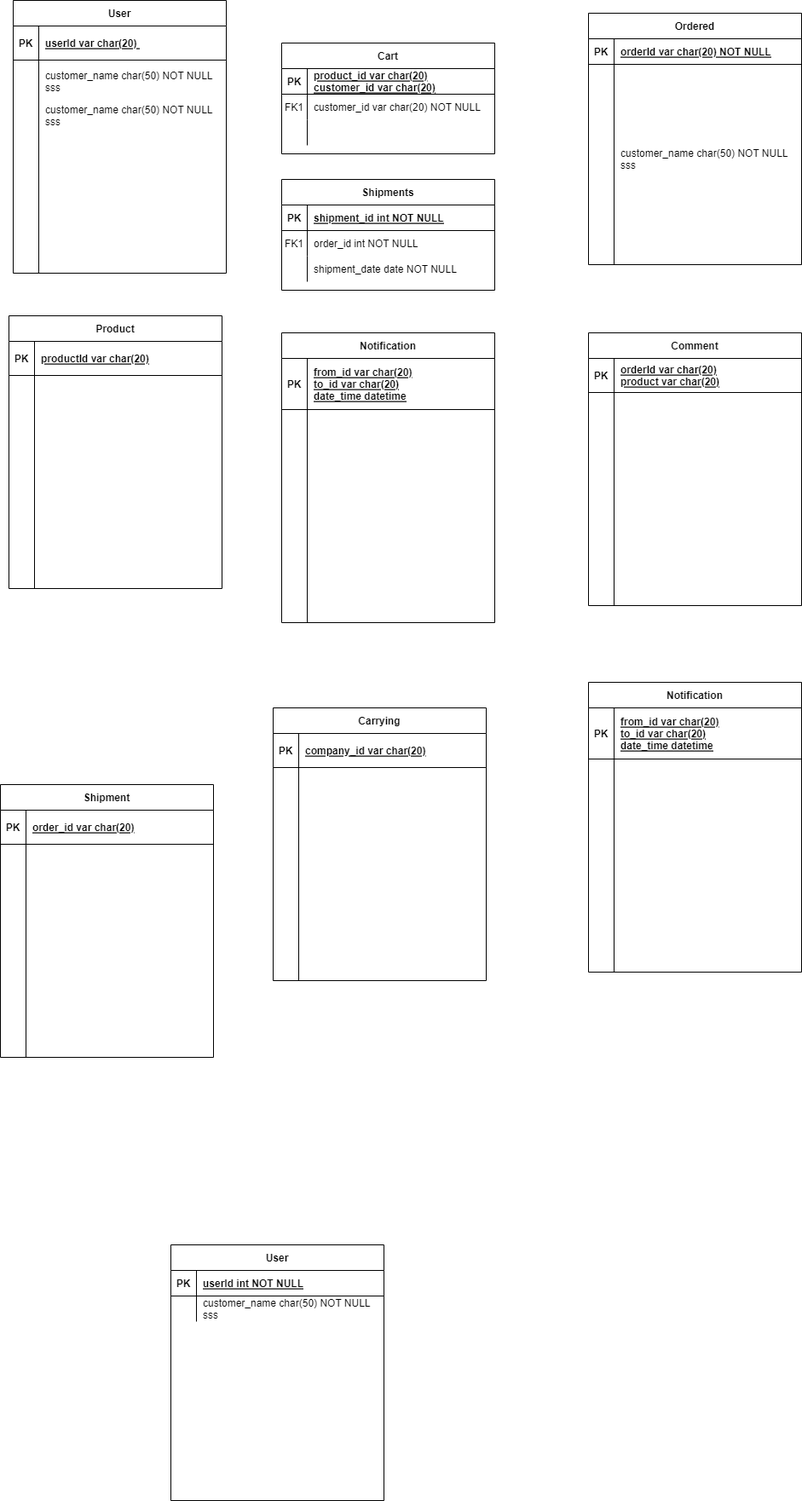
This is ER-model.drawio.png from ndphong812/intro2software-project, a draw.io export, as it was before one commit. Source tidied: cells renumbered, new cells last; positions are measured from the earlier drawing's top-left corner, leaving out a move shared by most shapes.
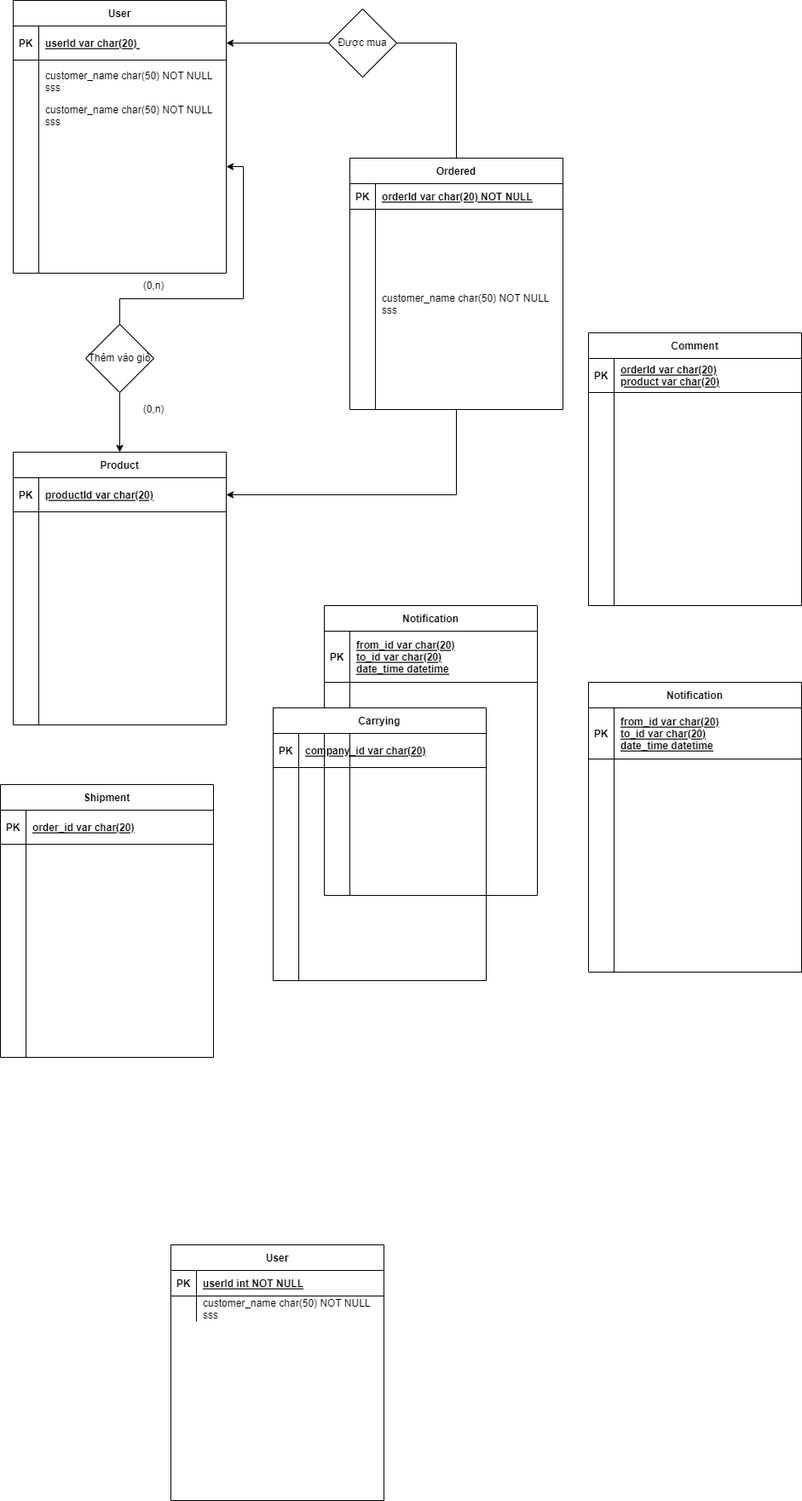
After the change.

Diff of the diagram source:
```diff
@@ -2,66 +2,6 @@
   <root>
     <mxCell id="0" />
     <mxCell id="1" parent="0" />
-    <mxCell id="2" value="Cart" style="shape=table;startSize=30;rowLines=0;fontStyle=1;align=center;" parent="1" vertex="1">
-      <mxGeometry x="330" y="50" width="250" height="130" as="geometry" />
-    </mxCell>
-    <mxCell id="3" style="shape=partialRectangle;fillColor=none;top=0;left=0;right=0;bottom=1;" parent="2" vertex="1">
-      <mxGeometry y="30" width="250" height="30" as="geometry" />
-    </mxCell>
-    <mxCell id="4" value="PK" style="shape=partialRectangle;overflow=hidden;fillColor=none;top=0;left=0;bottom=0;right=0;fontStyle=1;" parent="3" vertex="1">
-      <mxGeometry width="30" height="30" as="geometry" />
-    </mxCell>
-    <mxCell id="5" value="product_id var char(20)&#10;customer_id var char(20)" style="shape=partialRectangle;overflow=hidden;fillColor=none;top=0;left=0;bottom=0;right=0;align=left;spacingLeft=6;fontStyle=5;" parent="3" vertex="1">
-      <mxGeometry x="30" width="220" height="30" as="geometry" />
-    </mxCell>
-    <mxCell id="6" style="shape=partialRectangle;fillColor=none;top=0;left=0;right=0;bottom=0;" parent="2" vertex="1">
-      <mxGeometry y="60" width="250" height="30" as="geometry" />
-    </mxCell>
-    <mxCell id="7" value="FK1" style="shape=partialRectangle;overflow=hidden;fillColor=none;top=0;left=0;bottom=0;right=0;" parent="6" vertex="1">
-      <mxGeometry width="30" height="30" as="geometry" />
-    </mxCell>
-    <mxCell id="8" value="customer_id var char(20) NOT NULL" style="shape=partialRectangle;overflow=hidden;fillColor=none;top=0;left=0;bottom=0;right=0;align=left;spacingLeft=6;" parent="6" vertex="1">
-      <mxGeometry x="30" width="220" height="30" as="geometry" />
-    </mxCell>
-    <mxCell id="9" style="shape=partialRectangle;fillColor=none;top=0;left=0;right=0;bottom=0;" parent="2" vertex="1">
-      <mxGeometry y="90" width="250" height="30" as="geometry" />
-    </mxCell>
-    <mxCell id="10" style="shape=partialRectangle;overflow=hidden;fillColor=none;top=0;left=0;bottom=0;right=0;" parent="9" vertex="1">
-      <mxGeometry width="30" height="30" as="geometry" />
-    </mxCell>
-    <mxCell id="11" style="shape=partialRectangle;overflow=hidden;fillColor=none;top=0;left=0;bottom=0;right=0;align=left;spacingLeft=6;" parent="9" vertex="1">
-      <mxGeometry x="30" width="220" height="30" as="geometry" />
-    </mxCell>
-    <mxCell id="12" value="Shipments" style="shape=table;startSize=30;rowLines=0;fontStyle=1;align=center;" parent="1" vertex="1">
-      <mxGeometry x="330" y="210" width="250" height="130" as="geometry" />
-    </mxCell>
-    <mxCell id="13" style="shape=partialRectangle;fillColor=none;top=0;left=0;right=0;bottom=1;" parent="12" vertex="1">
-      <mxGeometry y="30" width="250" height="30" as="geometry" />
-    </mxCell>
-    <mxCell id="14" value="PK" style="shape=partialRectangle;overflow=hidden;fillColor=none;top=0;left=0;bottom=0;right=0;fontStyle=1;" parent="13" vertex="1">
-      <mxGeometry width="30" height="30" as="geometry" />
-    </mxCell>
-    <mxCell id="15" value="shipment_id int NOT NULL " style="shape=partialRectangle;overflow=hidden;fillColor=none;top=0;left=0;bottom=0;right=0;align=left;spacingLeft=6;fontStyle=5;" parent="13" vertex="1">
-      <mxGeometry x="30" width="220" height="30" as="geometry" />
-    </mxCell>
-    <mxCell id="16" style="shape=partialRectangle;fillColor=none;top=0;left=0;right=0;bottom=0;" parent="12" vertex="1">
-      <mxGeometry y="60" width="250" height="30" as="geometry" />
-    </mxCell>
-    <mxCell id="17" value="FK1" style="shape=partialRectangle;overflow=hidden;fillColor=none;top=0;left=0;bottom=0;right=0;" parent="16" vertex="1">
-      <mxGeometry width="30" height="30" as="geometry" />
-    </mxCell>
-    <mxCell id="18" value="order_id int NOT NULL" style="shape=partialRectangle;overflow=hidden;fillColor=none;top=0;left=0;bottom=0;right=0;align=left;spacingLeft=6;" parent="16" vertex="1">
-      <mxGeometry x="30" width="220" height="30" as="geometry" />
-    </mxCell>
-    <mxCell id="19" style="shape=partialRectangle;fillColor=none;top=0;left=0;right=0;bottom=0;" parent="12" vertex="1">
-      <mxGeometry y="90" width="250" height="30" as="geometry" />
-    </mxCell>
-    <mxCell id="20" style="shape=partialRectangle;overflow=hidden;fillColor=none;top=0;left=0;bottom=0;right=0;" parent="19" vertex="1">
-      <mxGeometry width="30" height="30" as="geometry" />
-    </mxCell>
-    <mxCell id="21" value="shipment_date date NOT NULL" style="shape=partialRectangle;overflow=hidden;fillColor=none;top=0;left=0;bottom=0;right=0;align=left;spacingLeft=6;" parent="19" vertex="1">
-      <mxGeometry x="30" width="220" height="30" as="geometry" />
-    </mxCell>
     <mxCell id="22" value="User" style="shape=table;startSize=30;rowLines=0;fontStyle=1;align=center;" parent="1" vertex="1">
       <mxGeometry x="15" width="250" height="320" as="geometry" />
     </mxCell>
@@ -107,8 +47,14 @@
     <mxCell id="36" value="customer_name char(50) NOT NULL&#10;sss&#10;" style="shape=partialRectangle;overflow=hidden;fillColor=none;top=0;left=0;bottom=0;right=0;align=left;spacingLeft=6;" parent="34" vertex="1">
       <mxGeometry x="30" width="220" height="30" as="geometry" />
     </mxCell>
+    <mxCell id="87" style="edgeStyle=orthogonalEdgeStyle;rounded=0;jettySize=auto;html=1;" parent="1" edge="1" source="37" target="46">
+      <mxGeometry relative="1" as="geometry" />
+    </mxCell>
+    <mxCell id="88" style="edgeStyle=orthogonalEdgeStyle;rounded=0;jettySize=auto;html=1;entryX=1;entryY=0.5;entryDx=0;entryDy=0;" parent="1" edge="1" source="37" target="23">
+      <mxGeometry relative="1" as="geometry" />
+    </mxCell>
     <mxCell id="37" value="Ordered" style="shape=table;startSize=30;rowLines=0;fontStyle=1;align=center;" parent="1" vertex="1">
-      <mxGeometry x="690" y="15" width="250" height="295" as="geometry" />
+      <mxGeometry x="410" y="185" width="250" height="295" as="geometry" />
     </mxCell>
     <mxCell id="38" style="shape=partialRectangle;fillColor=none;top=0;left=0;right=0;bottom=1;" parent="37" vertex="1">
       <mxGeometry y="30" width="250" height="30" as="geometry" />
@@ -132,7 +78,7 @@
       <mxGeometry x="45" y="120" width="220" height="30" as="geometry" />
     </mxCell>
     <mxCell id="45" value="Product" style="shape=table;startSize=30;rowLines=0;fontStyle=1;align=center;" parent="1" vertex="1">
-      <mxGeometry x="10" y="370" width="250" height="320" as="geometry" />
+      <mxGeometry x="15" y="530" width="250" height="320" as="geometry" />
     </mxCell>
     <mxCell id="46" style="shape=partialRectangle;fillColor=none;points=[[0,0.5],[1,0.5]];portConstraint=eastwest;top=0;left=0;right=0;bottom=1;" parent="45" vertex="1">
       <mxGeometry y="30" width="250" height="40" as="geometry" />
@@ -153,7 +99,7 @@
       <mxGeometry x="30" width="220" height="250" as="geometry" />
     </mxCell>
     <mxCell id="52" value="Notification" style="shape=table;startSize=30;rowLines=0;fontStyle=1;align=center;" parent="1" vertex="1">
-      <mxGeometry x="330" y="390" width="250" height="340" as="geometry" />
+      <mxGeometry x="380" y="710" width="250" height="340" as="geometry" />
     </mxCell>
     <mxCell id="53" style="shape=partialRectangle;fillColor=none;top=0;left=0;right=0;bottom=1;" parent="52" vertex="1">
       <mxGeometry y="30" width="250" height="60" as="geometry" />
@@ -257,5 +203,23 @@
     <mxCell id="86" style="shape=partialRectangle;overflow=hidden;fillColor=none;top=0;left=0;bottom=0;right=0;align=left;spacingLeft=6;" parent="84" vertex="1">
       <mxGeometry x="30" width="220" height="250" as="geometry" />
     </mxCell>
+    <mxCell id="89" style="endArrow=classic;html=1;rounded=0;entryX=0.5;entryY=0;entryDx=0;entryDy=0;exitX=0.5;exitY=1;exitDx=0;exitDy=0;" parent="1" edge="1" source="92" target="45">
+      <mxGeometry relative="1" as="geometry" />
+    </mxCell>
+    <mxCell id="90" value="(0,n)" style="text;html=1;strokeColor=none;fillColor=none;align=center;verticalAlign=middle;whiteSpace=wrap;rounded=0;" parent="1" vertex="1">
+      <mxGeometry x="150" y="320" width="60" height="30" as="geometry" />
+    </mxCell>
+    <mxCell id="91" style="edgeStyle=orthogonalEdgeStyle;rounded=0;jettySize=auto;html=1;exitX=0.5;exitY=0;exitDx=0;exitDy=0;" parent="1" edge="1" source="92" target="26">
+      <mxGeometry relative="1" as="geometry" />
+    </mxCell>
+    <mxCell id="92" value="Thêm vào giỏ" style="rhombus;whiteSpace=wrap;html=1;" parent="1" vertex="1">
+      <mxGeometry x="100" y="380" width="80" height="80" as="geometry" />
+    </mxCell>
+    <mxCell id="93" value="(0,n)" style="text;html=1;strokeColor=none;fillColor=none;align=center;verticalAlign=middle;whiteSpace=wrap;rounded=0;" parent="1" vertex="1">
+      <mxGeometry x="150" y="465" width="60" height="30" as="geometry" />
+    </mxCell>
+    <mxCell id="94" value="Được mua" style="rhombus;whiteSpace=wrap;html=1;" parent="1" vertex="1">
+      <mxGeometry x="385" y="10" width="80" height="80" as="geometry" />
+    </mxCell>
   </root>
 </mxGraphModel>
```
